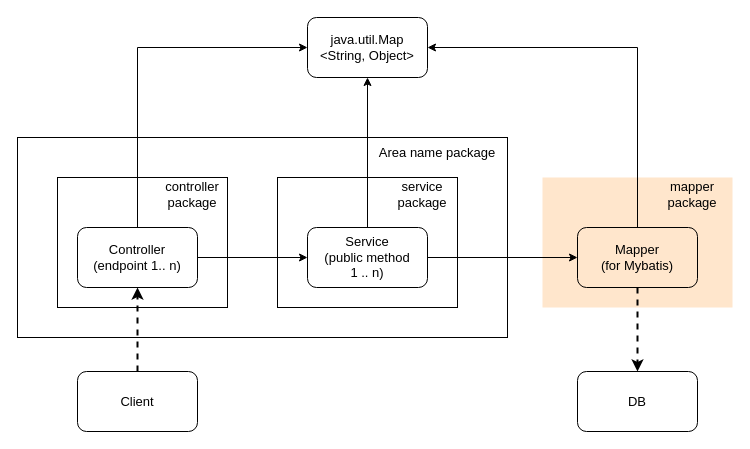
This is page "AS-IS" (1 of 4) of architecture-in-spring/SimpleBackend.drawio from seungyeop-lee/blog-example, a draw.io file, before an edit. Source tidied: cells renumbered, new cells numbered last; positions are measured from the earlier drawing's top-left corner, leaving out a move shared by most shapes. Both pictures are drawn from the tidied source at 100%, with x=0, y=0 at pixel (17, 17).
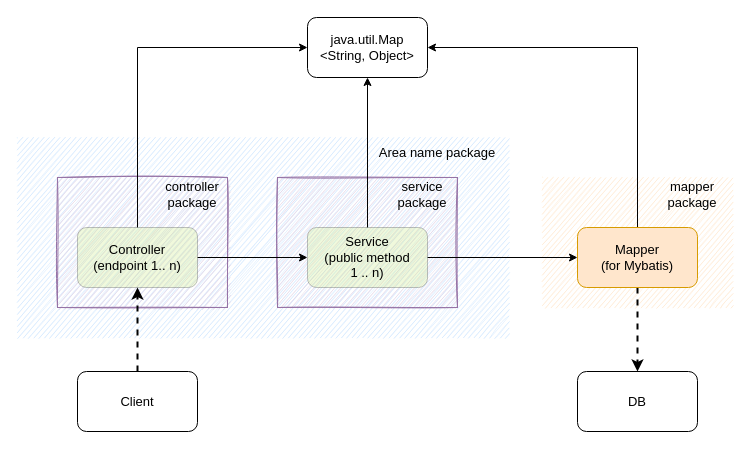
The same diagram, later.

Commit message (it also covers changes not shown here):
Spring MVC & MyBatis 기반 단순 아키텍처: drawio 파일에 수정 (가시성 향상)

Diff of the diagram source:
```diff
@@
-    <mxCell id="2" style="rounded=0;whiteSpace=wrap;html=1;shadow=0;glass=0;sketch=0;strokeColor=#000000;fontSize=13;fillColor=none;" parent="1" vertex="1">
+    <mxCell id="2" style="rounded=0;whiteSpace=wrap;html=1;shadow=0;glass=0;sketch=1;strokeColor=none;fontSize=13;fillColor=#cce5ff;" parent="1" vertex="1">
       <mxGeometry y="120" width="490" height="200" as="geometry" />
     </mxCell>
-    <mxCell id="3" style="rounded=0;whiteSpace=wrap;html=1;fillColor=#ffe6cc;strokeColor=none;" parent="1" vertex="1">
+    <mxCell id="3" style="rounded=0;whiteSpace=wrap;html=1;fillColor=#ffe6cc;strokeColor=none;sketch=1;" parent="1" vertex="1">
       <mxGeometry x="525" y="160" width="190" height="130" as="geometry" />
     </mxCell>
@@
-    <mxCell id="5" style="rounded=0;whiteSpace=wrap;html=1;fillColor=none;" parent="1" vertex="1">
+    <mxCell id="5" style="rounded=0;whiteSpace=wrap;html=1;fillColor=#e1d5e7;strokeColor=#9673a6;sketch=1;" parent="1" vertex="1">
       <mxGeometry x="260" y="160" width="180" height="130" as="geometry" />
     </mxCell>
@@
-    <mxCell id="7" style="rounded=0;whiteSpace=wrap;html=1;fillColor=none;" parent="1" vertex="1">
+    <mxCell id="7" style="rounded=0;whiteSpace=wrap;html=1;fillColor=#e1d5e7;strokeColor=#9673a6;sketch=1;" parent="1" vertex="1">
       <mxGeometry x="40" y="160" width="170" height="130" as="geometry" />
     </mxCell>
@@
-    <mxCell id="10" value="Controller&lt;br&gt;(endpoint 1.. n)" style="rounded=1;whiteSpace=wrap;html=1;fontStyle=0;fontSize=13;glass=0;shadow=0;fillColor=none;" parent="1" vertex="1">
+    <mxCell id="10" value="Controller&lt;br&gt;(endpoint 1.. n)" style="rounded=1;whiteSpace=wrap;html=1;fontStyle=0;fontSize=13;glass=0;shadow=0;fillColor=#cdeb8b;strokeColor=#36393d;opacity=30;" parent="1" vertex="1">
       <mxGeometry x="60" y="210" width="120" height="60" as="geometry" />
     </mxCell>
@@
-    <mxCell id="13" value="Service&lt;br&gt;(public method &lt;br&gt;1 .. n)" style="rounded=1;whiteSpace=wrap;html=1;fillColor=none;fontStyle=0;fontSize=13;glass=0;shadow=0;" parent="1" vertex="1">
+    <mxCell id="13" value="Service&lt;br&gt;(public method &lt;br&gt;1 .. n)" style="rounded=1;whiteSpace=wrap;html=1;fillColor=#cdeb8b;fontStyle=0;fontSize=13;glass=0;shadow=0;strokeColor=#36393d;opacity=30;" parent="1" vertex="1">
       <mxGeometry x="290" y="210" width="120" height="60" as="geometry" />
     </mxCell>
@@
-    <mxCell id="16" value="Mapper&lt;br&gt;(for Mybatis)" style="rounded=1;whiteSpace=wrap;html=1;fontStyle=0;fontSize=13;glass=0;shadow=0;fillColor=none;" parent="1" vertex="1">
+    <mxCell id="16" value="Mapper&lt;br&gt;(for Mybatis)" style="rounded=1;whiteSpace=wrap;html=1;fontStyle=0;fontSize=13;glass=0;shadow=0;fillColor=#ffe6cc;strokeColor=#d79b00;" parent="1" vertex="1">
       <mxGeometry x="560" y="210" width="120" height="60" as="geometry" />
     </mxCell>
```
